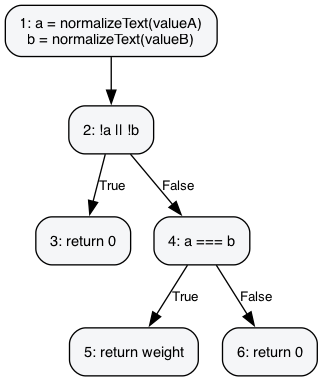
Earlier version of the Graphviz export report-assets/cfg/scoreExactOptionalField.png (Meili1407/Software-Testing-LostFound). Its source is kept beside it as report-assets/cfg/scoreExactOptionalField.dot.
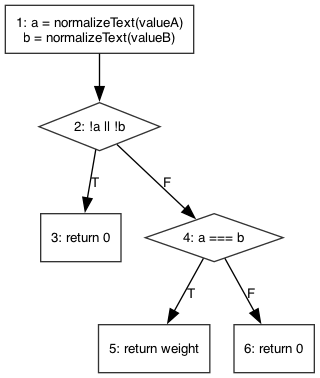
The same diagram one commit later.

Change to the diagram source:
```diff
@@ -1,18 +1,18 @@
 digraph scoreExactOptionalField {
   rankdir=TB;
-  node [shape=box, style="rounded,filled", fillcolor="#f5f6f8", fontname="Helvetica", fontsize=11, margin="0.15,0.1"];
+  node [shape=box, fontname="Helvetica", fontsize=10, color="#333333"];
   edge [fontname="Helvetica", fontsize=10];
 
   N1 [label="1: a = normalizeText(valueA)\nb = normalizeText(valueB)"];
-  N2 [label="2: !a || !b"];
+  N2 [shape=diamond, label="2: !a || !b"];
   N3 [label="3: return 0"];
-  N4 [label="4: a === b"];
+  N4 [shape=diamond, label="4: a === b"];
   N5 [label="5: return weight"];
   N6 [label="6: return 0"];
 
   N1 -> N2;
-  N2 -> N3 [label="True"];
-  N2 -> N4 [label="False"];
-  N4 -> N5 [label="True"];
-  N4 -> N6 [label="False"];
+  N2 -> N3 [label="T"];
+  N2 -> N4 [label="F"];
+  N4 -> N5 [label="T"];
+  N4 -> N6 [label="F"];
 }
```
